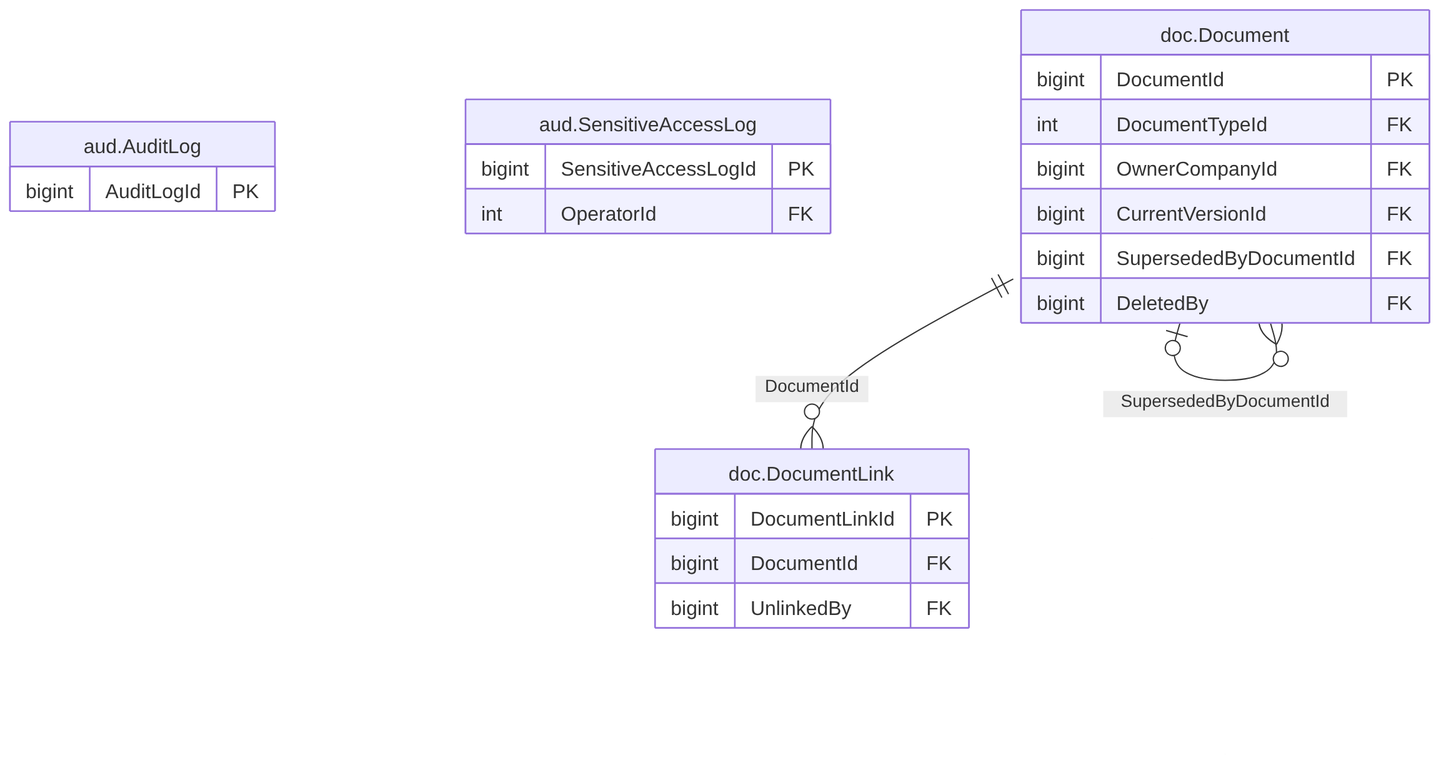
Above: treasury-platform/docs/diagrams/erd/m0_audit_docs_1.png in thawrasy/smartlines (Mermaid), before the change. Its source is kept beside it as treasury-platform/docs/diagrams/erd/m0_audit_docs_1.mmd. The source it was exported from:
```mermaid
erDiagram
  aud_AuditLog["aud.AuditLog"] {
    bigint AuditLogId PK
  }
  aud_SensitiveAccessLog["aud.SensitiveAccessLog"] {
    bigint SensitiveAccessLogId PK
    int OperatorId FK
  }
  doc_Document["doc.Document"] {
    bigint DocumentId PK
    int DocumentTypeId FK
    bigint OwnerCompanyId FK
    bigint CurrentVersionId FK
    bigint SupersededByDocumentId FK
    bigint DeletedBy FK
  }
  doc_DocumentLink["doc.DocumentLink"] {
    bigint DocumentLinkId PK
    bigint DocumentId FK
    bigint UnlinkedBy FK
  }
  doc_Document |o--o{ doc_Document : "SupersededByDocumentId"
  doc_Document ||--o{ doc_DocumentLink : "DocumentId"
```
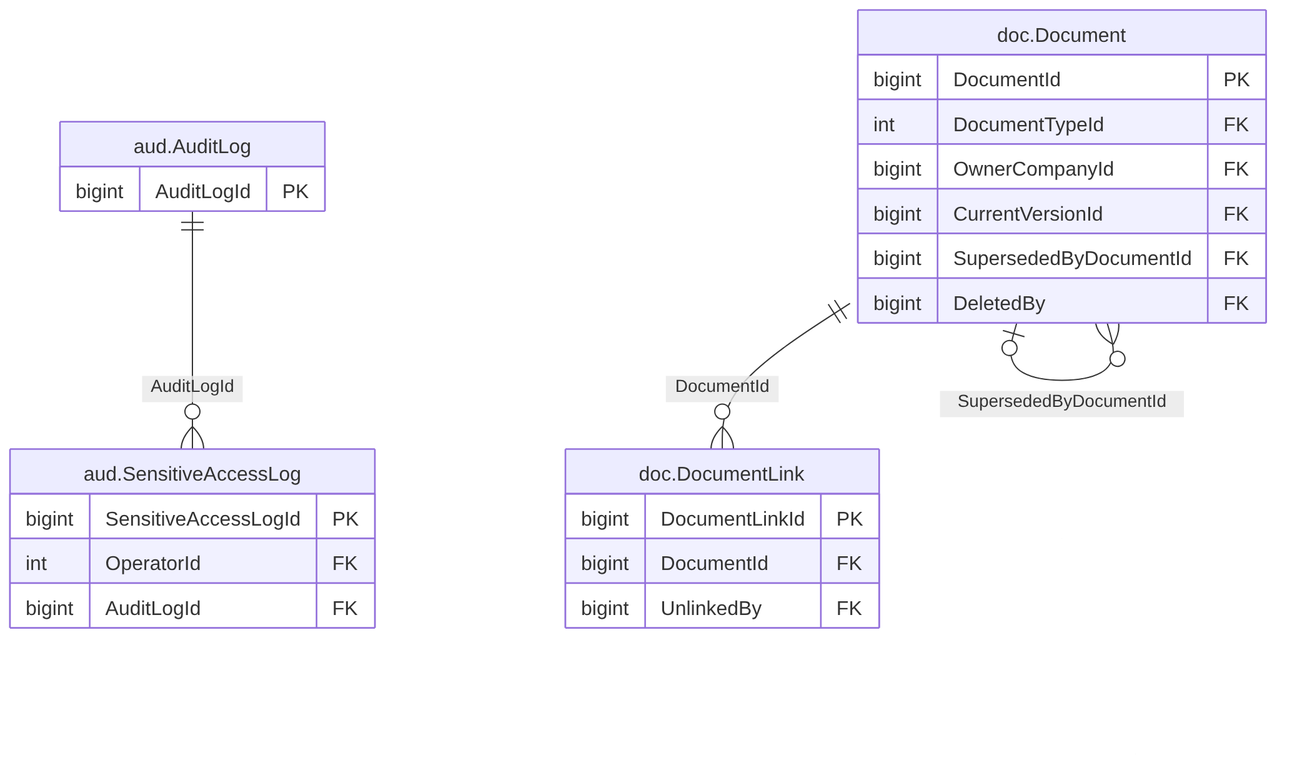
Later version of the same file.

Change to the diagram source:
```diff
@@ -5,6 +5,7 @@
   aud_SensitiveAccessLog["aud.SensitiveAccessLog"] {
     bigint SensitiveAccessLogId PK
     int OperatorId FK
+    bigint AuditLogId FK
   }
   doc_Document["doc.Document"] {
     bigint DocumentId PK
@@ -19,5 +20,6 @@
     bigint DocumentId FK
     bigint UnlinkedBy FK
   }
+  aud_AuditLog ||--o{ aud_SensitiveAccessLog : "AuditLogId"
   doc_Document |o--o{ doc_Document : "SupersededByDocumentId"
   doc_Document ||--o{ doc_DocumentLink : "DocumentId"
```
